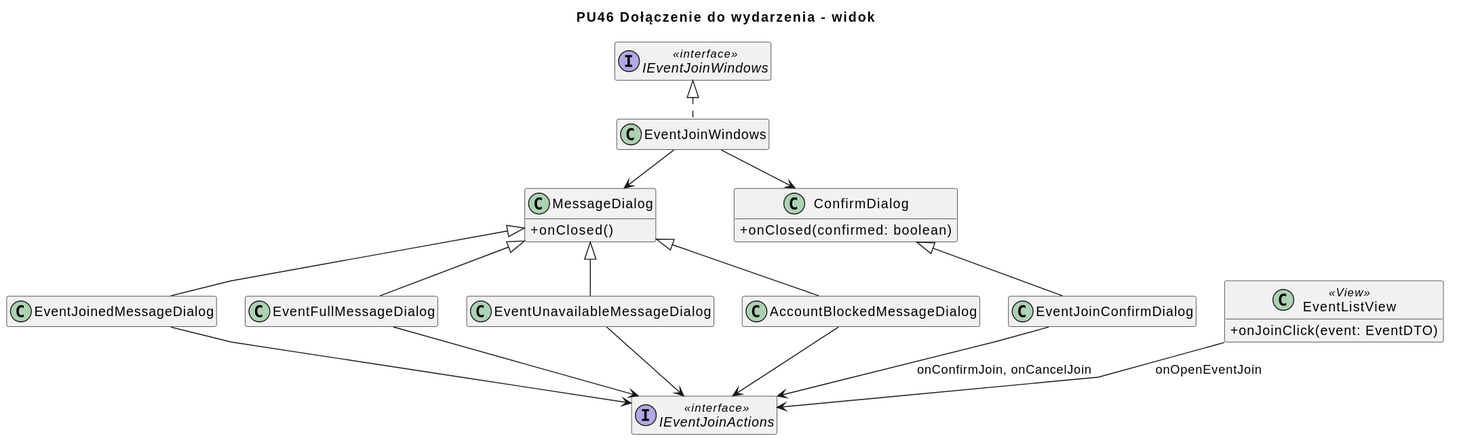
Earlier version of the PlantUML export diagrams/frontend/rendered/event-join-view.svg (Igor-Ochocki/POP-2026Z). The source it was exported from:
```plantuml
@startuml
skinparam classAttributeIconSize 0
skinparam packageStyle rectangle
skinparam shadowing false
skinparam roundcorner 4
skinparam linetype polyline
skinparam nodesep 30
skinparam ranksep 40
hide empty members

title PU46 Dołączenie do wydarzenia - widok

class EventListView <<View>> {
    + onJoinClick(event: EventDTO)
}

class ConfirmDialog {
    + onClosed(confirmed: boolean)
}

class MessageDialog {
    + onClosed()
}

class EventJoinConfirmDialog
class EventJoinedMessageDialog
class EventFullMessageDialog
class EventUnavailableMessageDialog
class AccountBlockedMessageDialog

EventJoinConfirmDialog -u-|> ConfirmDialog
EventJoinedMessageDialog -u-|> MessageDialog
EventFullMessageDialog -u-|> MessageDialog
EventUnavailableMessageDialog -u-|> MessageDialog
AccountBlockedMessageDialog -u-|> MessageDialog

class EventJoinWindows
interface IEventJoinWindows <<interface>>
interface IEventJoinActions <<interface>>

EventJoinWindows .u.|> IEventJoinWindows
EventJoinWindows --> ConfirmDialog
EventJoinWindows --> MessageDialog

EventListView --> IEventJoinActions : onOpenEventJoin
EventJoinConfirmDialog --> IEventJoinActions : onConfirmJoin, onCancelJoin
EventJoinedMessageDialog --> IEventJoinActions
EventFullMessageDialog --> IEventJoinActions
EventUnavailableMessageDialog --> IEventJoinActions
AccountBlockedMessageDialog --> IEventJoinActions
@enduml
```
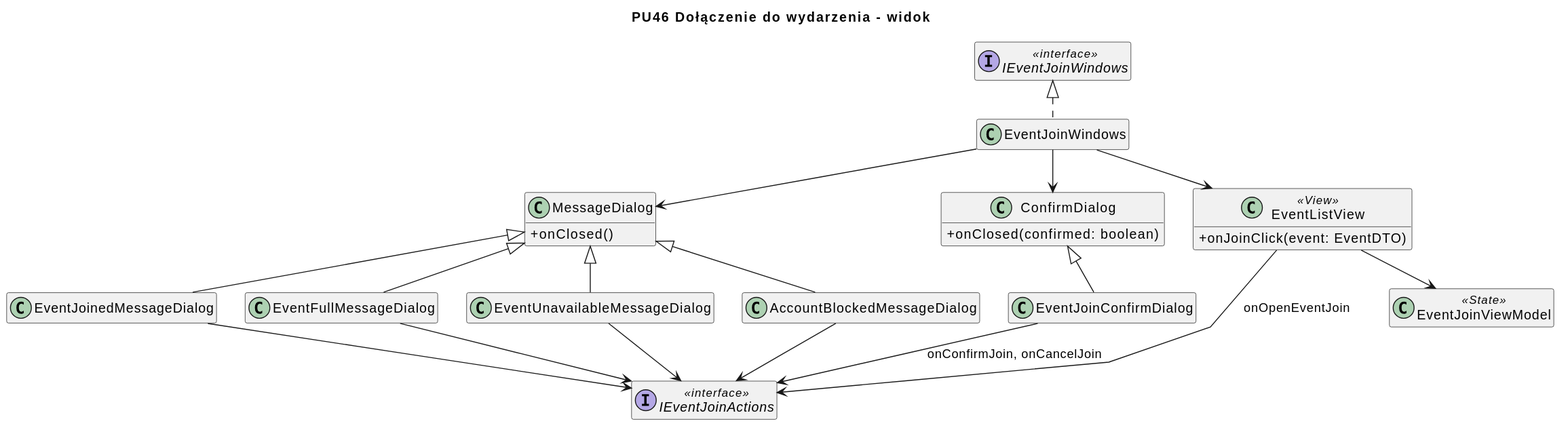
The same diagram one commit later.

What changed in the source:
```diff
@@ -37,12 +37,15 @@
 class EventJoinWindows
 interface IEventJoinWindows <<interface>>
 interface IEventJoinActions <<interface>>
+class EventJoinViewModel <<State>>
 
 EventJoinWindows .u.|> IEventJoinWindows
+EventJoinWindows --> EventListView
 EventJoinWindows --> ConfirmDialog
 EventJoinWindows --> MessageDialog
 
 EventListView --> IEventJoinActions : onOpenEventJoin
+EventListView --> EventJoinViewModel
 EventJoinConfirmDialog --> IEventJoinActions : onConfirmJoin, onCancelJoin
 EventJoinedMessageDialog --> IEventJoinActions
 EventFullMessageDialog --> IEventJoinActions
```
